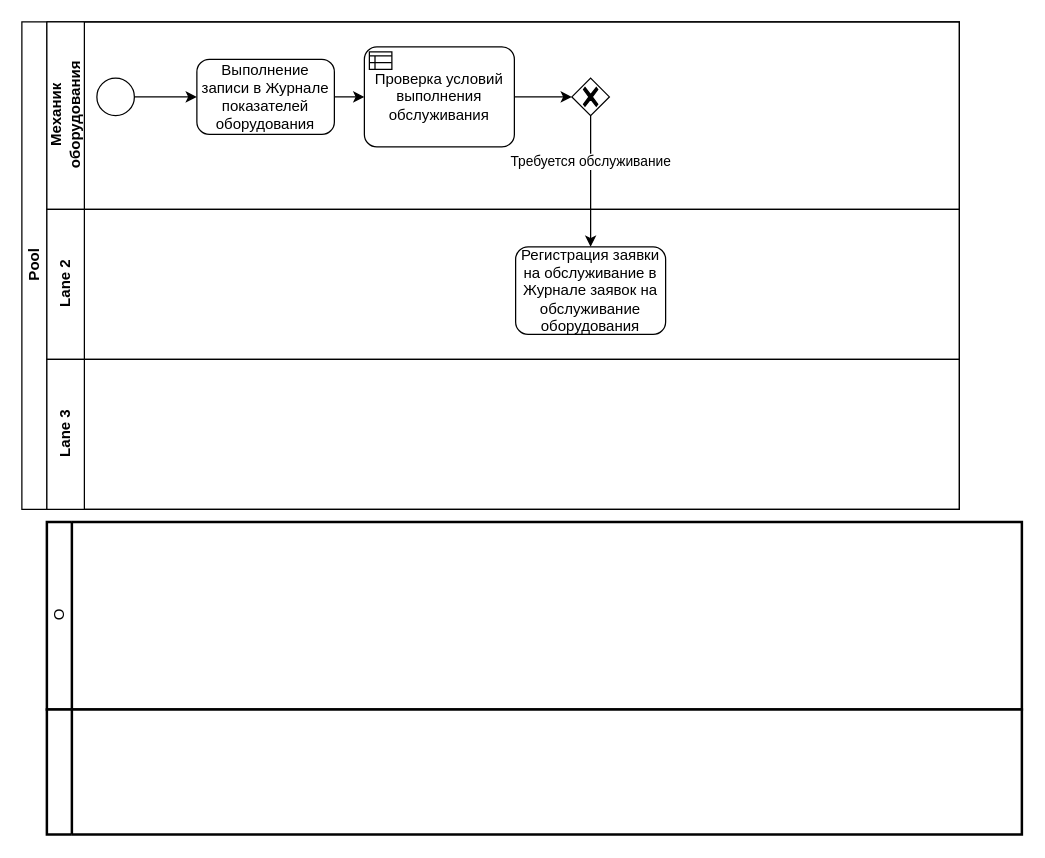
The draw.io diagram maint/БП.Формирование заявки на обслуживание.drawio in tvolodi/abitech, before the edit. Source tidied: cells renumbered, new cells numbered last; positions are measured from the earlier drawing's top-left corner, leaving out a move shared by most shapes. Both pictures are drawn from the tidied source at 125%, with x=0, y=0 at pixel (21, 21).
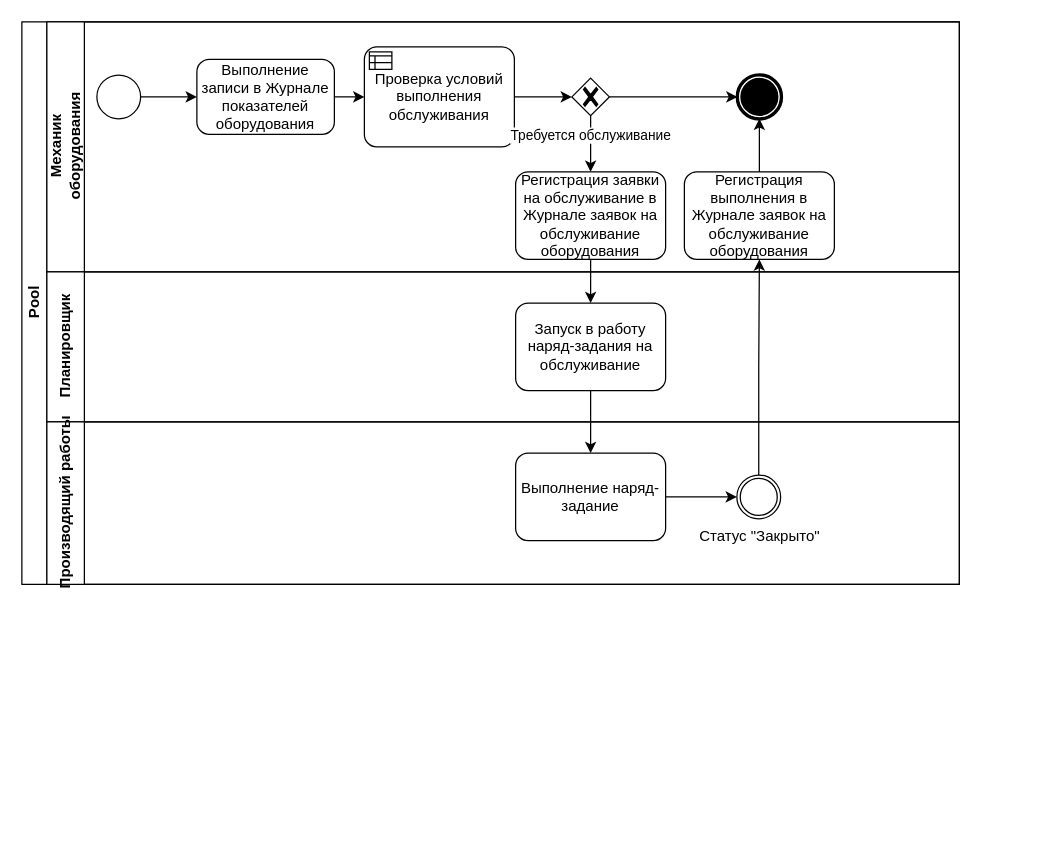
The same page after the edit.

The change refers to these unchanged cells:
```xml
<mxCell id="12" style="points=[[0.25,0.25,0],[0.5,0,0],[0.75,0.25,0],[1,0.5,0],[0.75,0.75,0],[0.5,1,0],[0.25,0.75,0],[0,0.5,0]];shape=mxgraph.bpmn.gateway2;html=1;verticalLabelPosition=bottom;labelBackgroundColor=#ffffff;verticalAlign=top;align=center;perimeter=rhombusPerimeter;outlineConnect=0;outline=none;symbol=none;gwType=exclusive;" parent="5" vertex="1">
  <mxGeometry x="420" y="45" width="30" height="30" as="geometry" />
</mxCell>
```

The edit, as a diff of the source:
```diff
@@
-    <mxCell id="2" value="О" style="swimlane;html=1;startSize=20;fontStyle=0;horizontal=0;swimlaneLine=1;swimlaneFillColor=#ffffff;strokeWidth=2;" parent="1" vertex="1">
-      <mxGeometry x="20" y="400" width="780" height="150" as="geometry" />
-    </mxCell>
-    <mxCell id="3" style="swimlane;html=1;startSize=20;fontStyle=0;horizontal=0;swimlaneLine=1;swimlaneFillColor=#ffffff;strokeWidth=2;" parent="1" vertex="1">
-      <mxGeometry x="20" y="550" width="780" height="100" as="geometry" />
-    </mxCell>
     <mxCell id="4" value="Pool" style="swimlane;html=1;horizontal=0;startSize=20;" parent="1" vertex="1">
-      <mxGeometry width="750" height="390" as="geometry" />
+      <mxGeometry width="750" height="450" as="geometry" />
     </mxCell>
     <mxCell id="5" value="Механик&lt;br&gt;оборудования" style="swimlane;html=1;startSize=30;horizontal=0;" parent="4" vertex="1">
-      <mxGeometry x="20" width="730" height="150" as="geometry" />
+      <mxGeometry x="20" width="730" height="200" as="geometry" />
     </mxCell>
@@
     <mxCell id="9" style="points=[[0.145,0.145,0],[0.5,0,0],[0.855,0.145,0],[1,0.5,0],[0.855,0.855,0],[0.5,1,0],[0.145,0.855,0],[0,0.5,0]];shape=mxgraph.bpmn.event;html=1;verticalLabelPosition=bottom;labelBackgroundColor=#ffffff;verticalAlign=top;align=center;perimeter=ellipsePerimeter;outlineConnect=0;outline=standard;symbol=general;" parent="5" vertex="1">
-      <mxGeometry x="40" y="45" width="30" height="30" as="geometry" />
+      <mxGeometry x="40" y="42.5" width="35" height="35" as="geometry" />
     </mxCell>
@@
+    <mxCell id="18" style="edgeStyle=orthogonalEdgeStyle;rounded=0;jettySize=auto;html=1;exitX=1;exitY=0.5;exitDx=0;exitDy=0;exitPerimeter=0;entryX=0;entryY=0.5;entryDx=0;entryDy=0;entryPerimeter=0;" parent="5" edge="1" source="12" target="19">
+      <mxGeometry relative="1" as="geometry" />
+    </mxCell>
@@
-    <mxCell id="13" value="Lane 2" style="swimlane;html=1;startSize=30;horizontal=0;" parent="4" vertex="1">
-      <mxGeometry x="20" y="150" width="730" height="120" as="geometry" />
-    </mxCell>
+    <mxCell id="19" style="points=[[0.145,0.145,0],[0.5,0,0],[0.855,0.145,0],[1,0.5,0],[0.855,0.855,0],[0.5,1,0],[0.145,0.855,0],[0,0.5,0]];shape=mxgraph.bpmn.event;html=1;verticalLabelPosition=bottom;labelBackgroundColor=#ffffff;verticalAlign=top;align=center;perimeter=ellipsePerimeter;outlineConnect=0;outline=end;symbol=terminate;" parent="5" vertex="1">
+      <mxGeometry x="552.5" y="42.5" width="35" height="35" as="geometry" />
+    </mxCell>
-    <mxCell id="14" value="Регистрация заявки на обслуживание в Журнале заявок на обслуживание оборудования" style="points=[[0.25,0,0],[0.5,0,0],[0.75,0,0],[1,0.25,0],[1,0.5,0],[1,0.75,0],[0.75,1,0],[0.5,1,0],[0.25,1,0],[0,0.75,0],[0,0.5,0],[0,0.25,0]];shape=mxgraph.bpmn.task;whiteSpace=wrap;rectStyle=rounded;size=10;taskMarker=abstract;" parent="13" vertex="1">
-      <mxGeometry x="375" y="30" width="120" height="70" as="geometry" />
+    <mxCell id="14" value="Регистрация заявки на обслуживание в Журнале заявок на обслуживание оборудования" style="points=[[0.25,0,0],[0.5,0,0],[0.75,0,0],[1,0.25,0],[1,0.5,0],[1,0.75,0],[0.75,1,0],[0.5,1,0],[0.25,1,0],[0,0.75,0],[0,0.5,0],[0,0.25,0]];shape=mxgraph.bpmn.task;whiteSpace=wrap;rectStyle=rounded;size=10;taskMarker=abstract;" parent="5" vertex="1">
+      <mxGeometry x="375" y="120" width="120" height="70" as="geometry" />
     </mxCell>
-    <mxCell id="15" value="Lane 3" style="swimlane;html=1;startSize=30;horizontal=0;" parent="4" vertex="1">
-      <mxGeometry x="20" y="270" width="730" height="120" as="geometry" />
-    </mxCell>
-    <mxCell id="16" style="edgeStyle=orthogonalEdgeStyle;rounded=0;jettySize=auto;html=1;exitX=0.5;exitY=1;exitDx=0;exitDy=0;exitPerimeter=0;entryX=0.5;entryY=0;entryDx=0;entryDy=0;entryPerimeter=0;" parent="4" edge="1" source="12" target="14">
+    <mxCell id="16" style="edgeStyle=orthogonalEdgeStyle;rounded=0;jettySize=auto;html=1;exitX=0.5;exitY=1;exitDx=0;exitDy=0;exitPerimeter=0;entryX=0.5;entryY=0;entryDx=0;entryDy=0;entryPerimeter=0;" parent="5" edge="1" source="12" target="14">
       <mxGeometry relative="1" as="geometry" />
     </mxCell>
@@
+    <mxCell id="20" style="edgeStyle=orthogonalEdgeStyle;rounded=0;jettySize=auto;html=1;exitX=0.5;exitY=0;exitDx=0;exitDy=0;exitPerimeter=0;entryX=0.5;entryY=1;entryDx=0;entryDy=0;entryPerimeter=0;" parent="5" edge="1" source="21" target="19">
+      <mxGeometry relative="1" as="geometry" />
+    </mxCell>
+    <mxCell id="21" value="Регистрация выполнения в Журнале заявок на обслуживание оборудования" style="points=[[0.25,0,0],[0.5,0,0],[0.75,0,0],[1,0.25,0],[1,0.5,0],[1,0.75,0],[0.75,1,0],[0.5,1,0],[0.25,1,0],[0,0.75,0],[0,0.5,0],[0,0.25,0]];shape=mxgraph.bpmn.task;whiteSpace=wrap;rectStyle=rounded;size=10;taskMarker=abstract;" parent="5" vertex="1">
+      <mxGeometry x="510" y="120" width="120" height="70" as="geometry" />
+    </mxCell>
+    <mxCell id="15" value="Планировщик" style="swimlane;html=1;startSize=30;horizontal=0;" parent="4" vertex="1">
+      <mxGeometry x="20" y="200" width="730" height="120" as="geometry" />
+    </mxCell>
+    <mxCell id="22" value="Запуск в работу наряд-задания на обслуживание" style="points=[[0.25,0,0],[0.5,0,0],[0.75,0,0],[1,0.25,0],[1,0.5,0],[1,0.75,0],[0.75,1,0],[0.5,1,0],[0.25,1,0],[0,0.75,0],[0,0.5,0],[0,0.25,0]];shape=mxgraph.bpmn.task;whiteSpace=wrap;rectStyle=rounded;size=10;taskMarker=abstract;" parent="15" vertex="1">
+      <mxGeometry x="375" y="25" width="120" height="70" as="geometry" />
+    </mxCell>
+    <mxCell id="23" style="edgeStyle=orthogonalEdgeStyle;rounded=0;jettySize=auto;html=1;exitX=0.5;exitY=1;exitDx=0;exitDy=0;exitPerimeter=0;entryX=0.5;entryY=0;entryDx=0;entryDy=0;entryPerimeter=0;" parent="4" edge="1" source="14" target="22">
+      <mxGeometry relative="1" as="geometry" />
+    </mxCell>
+    <mxCell id="24" value="Производящий работы" style="swimlane;html=1;startSize=30;horizontal=0;" parent="4" vertex="1">
+      <mxGeometry x="20" y="320" width="730" height="130" as="geometry" />
+    </mxCell>
+    <mxCell id="25" style="edgeStyle=orthogonalEdgeStyle;rounded=0;jettySize=auto;html=1;exitX=1;exitY=0.5;exitDx=0;exitDy=0;exitPerimeter=0;entryX=0;entryY=0.5;entryDx=0;entryDy=0;entryPerimeter=0;" parent="24" edge="1" source="26" target="27">
+      <mxGeometry relative="1" as="geometry" />
+    </mxCell>
+    <mxCell id="26" value="Выполнение наряд-задание" style="points=[[0.25,0,0],[0.5,0,0],[0.75,0,0],[1,0.25,0],[1,0.5,0],[1,0.75,0],[0.75,1,0],[0.5,1,0],[0.25,1,0],[0,0.75,0],[0,0.5,0],[0,0.25,0]];shape=mxgraph.bpmn.task;whiteSpace=wrap;rectStyle=rounded;size=10;taskMarker=abstract;" parent="24" vertex="1">
+      <mxGeometry x="375" y="25" width="120" height="70" as="geometry" />
+    </mxCell>
+    <mxCell id="27" value="Статус &quot;Закрыто&quot;" style="points=[[0.145,0.145,0],[0.5,0,0],[0.855,0.145,0],[1,0.5,0],[0.855,0.855,0],[0.5,1,0],[0.145,0.855,0],[0,0.5,0]];shape=mxgraph.bpmn.event;html=1;verticalLabelPosition=bottom;labelBackgroundColor=#ffffff;verticalAlign=top;align=center;perimeter=ellipsePerimeter;outlineConnect=0;outline=throwing;symbol=general;" parent="24" vertex="1">
+      <mxGeometry x="552" y="42.5" width="35" height="35" as="geometry" />
+    </mxCell>
+    <mxCell id="28" style="edgeStyle=orthogonalEdgeStyle;rounded=0;jettySize=auto;html=1;exitX=0.5;exitY=1;exitDx=0;exitDy=0;exitPerimeter=0;entryX=0.5;entryY=0;entryDx=0;entryDy=0;entryPerimeter=0;" parent="4" edge="1" source="22" target="26">
+      <mxGeometry relative="1" as="geometry" />
+    </mxCell>
+    <mxCell id="29" style="edgeStyle=orthogonalEdgeStyle;rounded=0;jettySize=auto;html=1;exitX=0.5;exitY=0;exitDx=0;exitDy=0;exitPerimeter=0;entryX=0.5;entryY=1;entryDx=0;entryDy=0;entryPerimeter=0;" parent="4" edge="1" source="27" target="21">
+      <mxGeometry relative="1" as="geometry" />
+    </mxCell>
```
